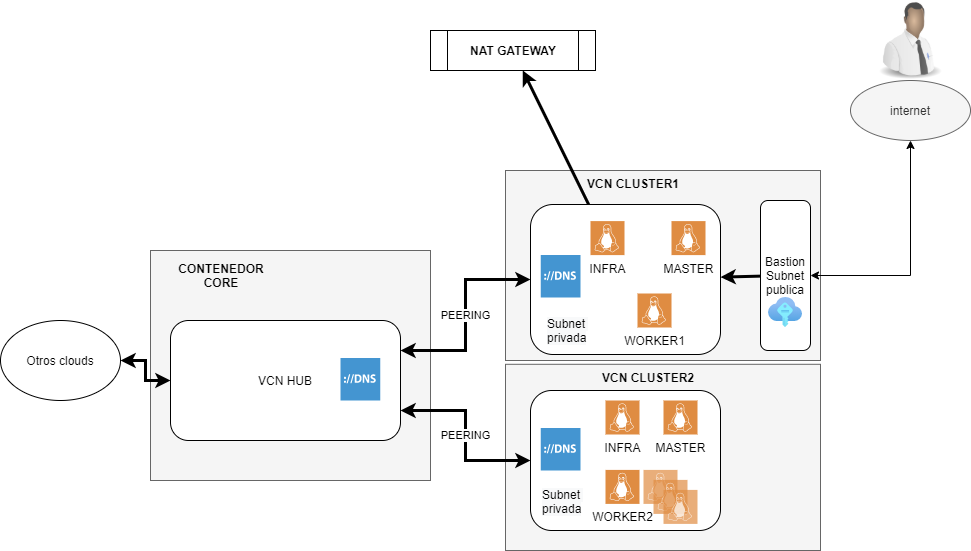
The draw.io diagram esquema.png in victhor666/Openshift-OCI, before a commit. Source tidied: cells renumbered, new cells last; positions are measured from the earlier drawing's top-left corner, leaving out a move shared by most shapes.
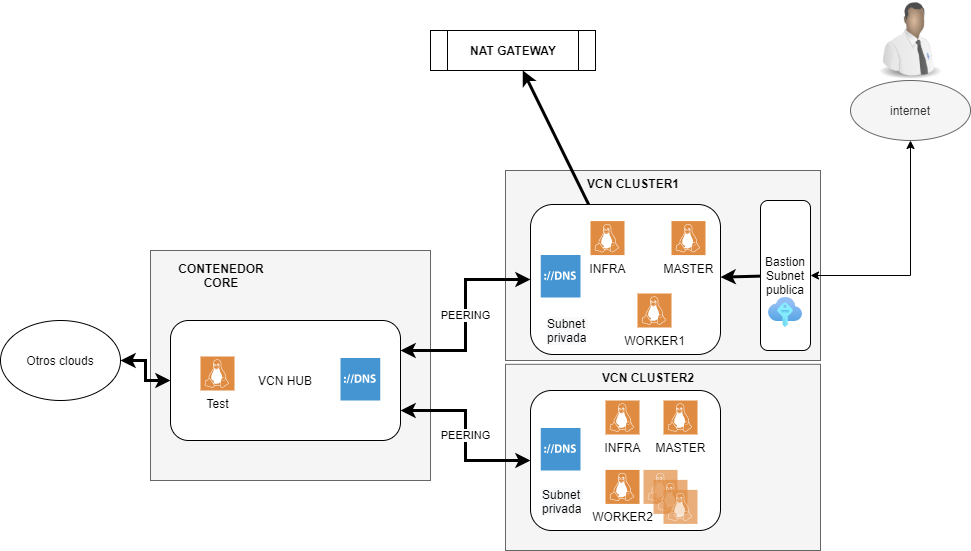
After the commit.

What changed in the source:
```diff
@@ -107,5 +107,8 @@
     <mxCell id="36" value="&lt;span style=&quot;color: rgb(0 , 0 , 0) ; font-family: &amp;#34;helvetica&amp;#34; ; font-size: 12px ; font-style: normal ; font-weight: 400 ; letter-spacing: normal ; text-align: center ; text-indent: 0px ; text-transform: none ; word-spacing: 0px ; background-color: rgb(248 , 249 , 250) ; display: inline ; float: none&quot;&gt;Subnet &lt;br&gt;privada&lt;/span&gt;" style="text;whiteSpace=wrap;html=1;" parent="1" vertex="1">
       <mxGeometry x="545.2" y="310" width="49.8" height="30" as="geometry" />
     </mxCell>
+    <mxCell id="37" value="Test" style="sketch=0;shadow=0;dashed=0;html=1;strokeColor=none;fillColor=#DF8C42;labelPosition=center;verticalLabelPosition=bottom;verticalAlign=top;align=center;shape=mxgraph.veeam2.linux;" parent="1" vertex="1">
+      <mxGeometry x="200" y="356" width="34" height="34" as="geometry" />
+    </mxCell>
   </root>
 </mxGraphModel>
```
